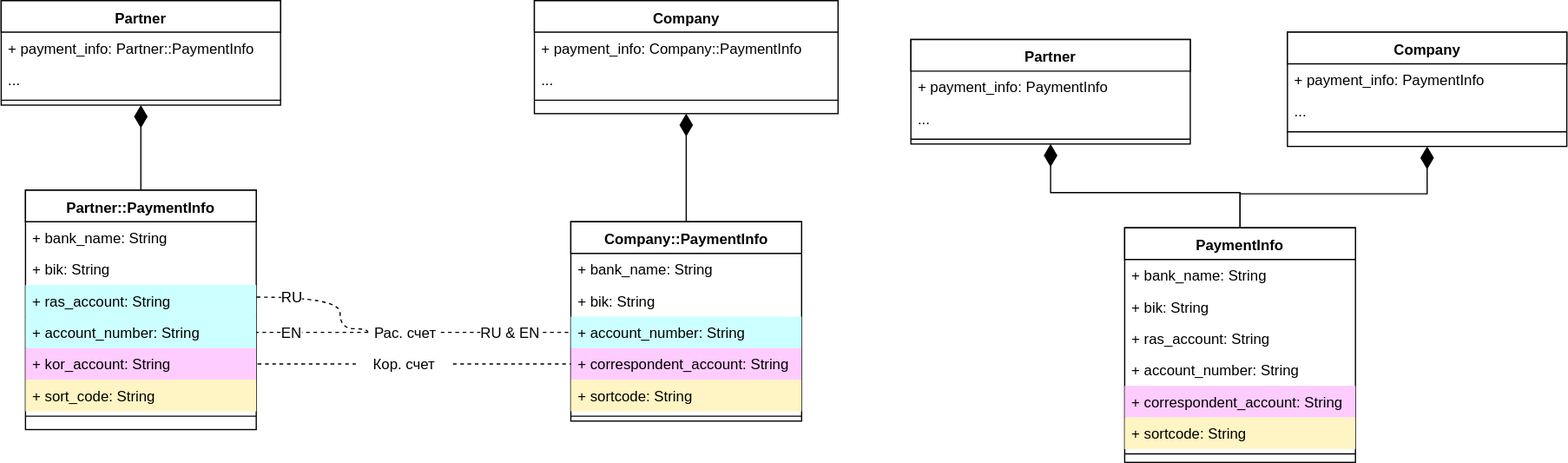
Before: payment-info.svg, a diagram exported from draw.io (ajile/draw-io). Source tidied: cells renumbered, new cells last; positions are measured from the earlier drawing's top-left corner, leaving out a move shared by most shapes.
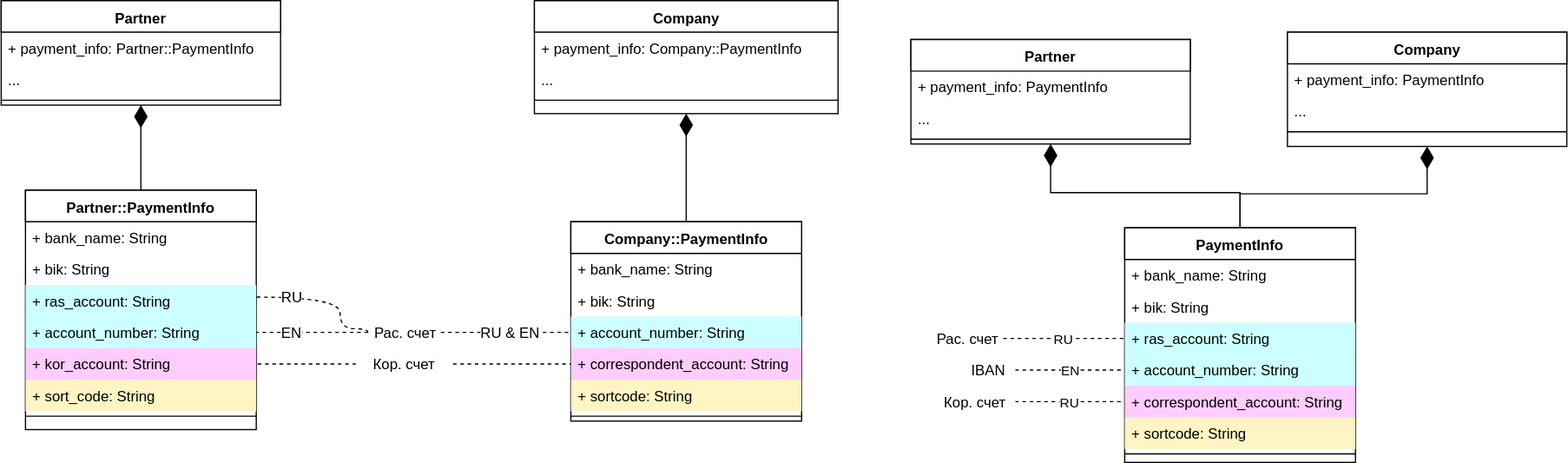
After the commit.

What changed in the source:
```diff
@@ -92,10 +92,10 @@
     <mxCell id="31" value="+ bik: String" style="text;html=1;strokeColor=none;fillColor=none;align=left;verticalAlign=top;spacingLeft=4;spacingRight=4;whiteSpace=wrap;overflow=hidden;" parent="29" vertex="1">
       <mxGeometry y="52" width="190" height="26" as="geometry" />
     </mxCell>
-    <mxCell id="32" value="+ ras_account: String" style="text;html=1;strokeColor=none;fillColor=none;align=left;verticalAlign=top;spacingLeft=4;spacingRight=4;whiteSpace=wrap;overflow=hidden;points=[[0,0.5],[1,0.5]];portConstraint=eastwest;" parent="29" vertex="1">
+    <mxCell id="32" value="+ ras_account: String" style="text;html=1;strokeColor=none;fillColor=#CCFFFF;align=left;verticalAlign=top;spacingLeft=4;spacingRight=4;whiteSpace=wrap;overflow=hidden;points=[[0,0.5],[1,0.5]];portConstraint=eastwest;" parent="29" vertex="1">
       <mxGeometry y="78" width="190" height="26" as="geometry" />
     </mxCell>
-    <mxCell id="33" value="+ account_number: String" style="text;html=1;strokeColor=none;fillColor=none;align=left;verticalAlign=top;spacingLeft=4;spacingRight=4;whiteSpace=wrap;overflow=hidden;points=[[0,0.5],[1,0.5]];portConstraint=eastwest;" parent="29" vertex="1">
+    <mxCell id="33" value="+ account_number: String" style="text;html=1;strokeColor=none;fillColor=#CCFFFF;align=left;verticalAlign=top;spacingLeft=4;spacingRight=4;whiteSpace=wrap;overflow=hidden;points=[[0,0.5],[1,0.5]];portConstraint=eastwest;" parent="29" vertex="1">
       <mxGeometry y="104" width="190" height="26" as="geometry" />
     </mxCell>
     <mxCell id="34" value="+ correspondent_account: String" style="text;html=1;strokeColor=none;fillColor=#FFCCFF;align=left;verticalAlign=top;spacingLeft=4;spacingRight=4;whiteSpace=wrap;overflow=hidden;points=[[0,0.5],[1,0.5]];portConstraint=eastwest;" parent="29" vertex="1">
@@ -172,5 +172,23 @@
     <mxCell id="54" value="&lt;span&gt;Рас. счет&lt;/span&gt;&lt;br&gt;" style="text;html=1;strokeColor=none;fillColor=none;align=center;verticalAlign=middle;whiteSpace=wrap;" parent="1" vertex="1">
       <mxGeometry x="302" y="263" width="60" height="20" as="geometry" />
     </mxCell>
+    <mxCell id="55" value="&lt;span&gt;RU&lt;/span&gt;" style="edgeStyle=orthogonalEdgeStyle;curved=1;rounded=0;html=1;dashed=1;endArrow=none;endFill=0;endSize=16;jettySize=auto;" parent="1" edge="1" source="56" target="34">
+      <mxGeometry relative="1" as="geometry" />
+    </mxCell>
+    <mxCell id="56" value="&lt;span&gt;Кор. счет&lt;/span&gt;" style="text;html=1;strokeColor=none;fillColor=none;align=center;verticalAlign=middle;whiteSpace=wrap;" parent="1" vertex="1">
+      <mxGeometry x="769" y="320" width="66" height="20" as="geometry" />
+    </mxCell>
+    <mxCell id="57" value="&lt;span&gt;RU&lt;/span&gt;" style="edgeStyle=orthogonalEdgeStyle;curved=1;rounded=0;html=1;dashed=1;endArrow=none;endFill=0;endSize=16;jettySize=auto;" parent="1" edge="1" source="58" target="32">
+      <mxGeometry relative="1" as="geometry" />
+    </mxCell>
+    <mxCell id="58" value="&lt;span&gt;Рас. счет&lt;/span&gt;&lt;br&gt;" style="text;html=1;strokeColor=none;fillColor=none;align=center;verticalAlign=middle;whiteSpace=wrap;" parent="1" vertex="1">
+      <mxGeometry x="765" y="268" width="60" height="20" as="geometry" />
+    </mxCell>
+    <mxCell id="59" value="&lt;span&gt;EN&lt;/span&gt;" style="edgeStyle=orthogonalEdgeStyle;curved=1;rounded=0;html=1;dashed=1;endArrow=none;endFill=0;endSize=16;jettySize=auto;" parent="1" edge="1" source="60" target="33">
+      <mxGeometry relative="1" as="geometry" />
+    </mxCell>
+    <mxCell id="60" value="IBAN&lt;br&gt;" style="text;html=1;strokeColor=none;fillColor=none;align=center;verticalAlign=middle;whiteSpace=wrap;" parent="1" vertex="1">
+      <mxGeometry x="789" y="294" width="46" height="20" as="geometry" />
+    </mxCell>
   </root>
 </mxGraphModel>
```
